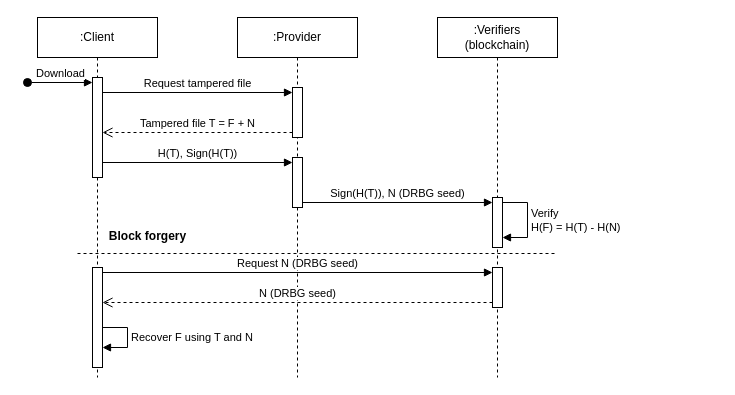
The draw.io diagram docs/diagrams/homhash-improved-pdpr-seq.drawio in titosilva/drm-blockchain, before the edit. Source tidied: cells renumbered, new cells numbered last; positions are measured from the earlier drawing's top-left corner, leaving out a move shared by most shapes. Both pictures are drawn from the tidied source at 100%, with x=0, y=0 at pixel (27, 17).
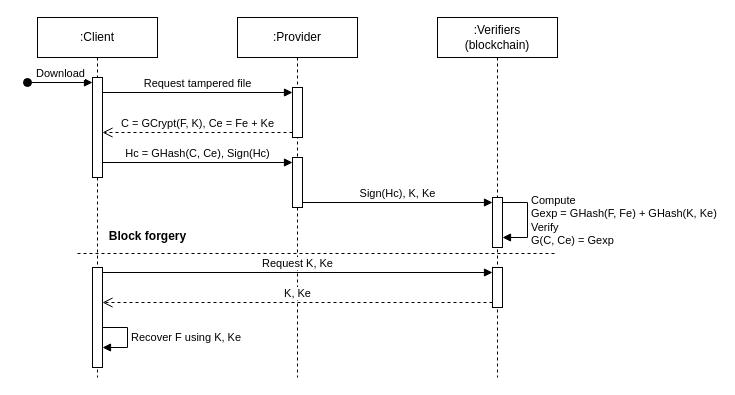
After the change.

The change refers to these unchanged cells:
```xml
<mxCell id="3" style="html=1;points=[[0,0,0,0,5],[0,1,0,0,-5],[1,0,0,0,5],[1,1,0,0,-5]];perimeter=orthogonalPerimeter;outlineConnect=0;targetShapes=umlLifeline;portConstraint=eastwest;newEdgeStyle={&quot;curved&quot;:0,&quot;rounded&quot;:0};" parent="2" vertex="1">
  <mxGeometry x="55" y="70" width="10" height="50" as="geometry" />
</mxCell>
<mxCell id="4" style="html=1;points=[[0,0,0,0,5],[0,1,0,0,-5],[1,0,0,0,5],[1,1,0,0,-5]];perimeter=orthogonalPerimeter;outlineConnect=0;targetShapes=umlLifeline;portConstraint=eastwest;newEdgeStyle={&quot;curved&quot;:0,&quot;rounded&quot;:0};" parent="2" vertex="1">
  <mxGeometry x="55" y="140" width="10" height="50" as="geometry" />
</mxCell>
<mxCell id="6" style="html=1;points=[[0,0,0,0,5],[0,1,0,0,-5],[1,0,0,0,5],[1,1,0,0,-5]];perimeter=orthogonalPerimeter;outlineConnect=0;targetShapes=umlLifeline;portConstraint=eastwest;newEdgeStyle={&quot;curved&quot;:0,&quot;rounded&quot;:0};" parent="5" vertex="1">
  <mxGeometry x="55" y="60" width="10" height="100" as="geometry" />
</mxCell>
<mxCell id="7" value=":Verifiers&lt;br&gt;(blockchain)" style="shape=umlLifeline;perimeter=lifelinePerimeter;whiteSpace=wrap;html=1;newEdgeStyle={&quot;edgeStyle&quot;:&quot;elbowEdgeStyle&quot;,&quot;elbow&quot;:&quot;vertical&quot;,&quot;curved&quot;:0,&quot;rounded&quot;:0};" parent="1" vertex="1">
  <mxGeometry x="410" width="120" height="360" as="geometry" />
</mxCell>
<mxCell id="8" style="html=1;points=[[0,0,0,0,5],[0,1,0,0,-5],[1,0,0,0,5],[1,1,0,0,-5]];perimeter=orthogonalPerimeter;outlineConnect=0;targetShapes=umlLifeline;portConstraint=eastwest;newEdgeStyle={&quot;curved&quot;:0,&quot;rounded&quot;:0};" parent="7" vertex="1">
  <mxGeometry x="55" y="180" width="10" height="50" as="geometry" />
</mxCell>
<mxCell id="10" style="html=1;points=[[0,0,0,0,5],[0,1,0,0,-5],[1,0,0,0,5],[1,1,0,0,-5]];perimeter=orthogonalPerimeter;outlineConnect=0;targetShapes=umlLifeline;portConstraint=eastwest;newEdgeStyle={&quot;curved&quot;:0,&quot;rounded&quot;:0};" parent="7" vertex="1">
  <mxGeometry x="55" y="250" width="10" height="40" as="geometry" />
</mxCell>
<mxCell id="19" style="html=1;points=[[0,0,0,0,5],[0,1,0,0,-5],[1,0,0,0,5],[1,1,0,0,-5]];perimeter=orthogonalPerimeter;outlineConnect=0;targetShapes=umlLifeline;portConstraint=eastwest;newEdgeStyle={&quot;curved&quot;:0,&quot;rounded&quot;:0};" parent="1" vertex="1">
  <mxGeometry x="65" y="250" width="10" height="100" as="geometry" />
</mxCell>
```

Change to the diagram source:
```diff
@@
-    <mxCell id="9" value="Verify&lt;br&gt;H(F) = H(T) - H(N)" style="html=1;align=left;spacingLeft=2;endArrow=block;rounded=0;edgeStyle=orthogonalEdgeStyle;curved=0;rounded=0;exitX=1;exitY=0;exitDx=0;exitDy=5;exitPerimeter=0;" parent="7" edge="1" source="8" target="8">
+    <mxCell id="9" value="Compute&lt;br&gt;Gexp = GHash(F, Fe) + GHash(K, Ke)&lt;br&gt;Verify&lt;br&gt;G(C, Ce) = Gexp" style="html=1;align=left;spacingLeft=2;endArrow=block;rounded=0;edgeStyle=orthogonalEdgeStyle;curved=0;rounded=0;exitX=1;exitY=0;exitDx=0;exitDy=5;exitPerimeter=0;" parent="7" edge="1" source="8" target="8">
       <mxGeometry relative="1" as="geometry">
         <Array as="points">
           <mxPoint x="90" y="185" />
           <mxPoint x="90" y="220" />
         </Array>
       </mxGeometry>
     </mxCell>
@@
-    <mxCell id="13" value="Tampered file T = F + N" style="html=1;verticalAlign=bottom;endArrow=open;dashed=1;endSize=8;curved=0;rounded=0;exitX=0;exitY=1;exitDx=0;exitDy=-5;" parent="1" edge="1" source="3" target="6">
+    <mxCell id="13" value="C = GCrypt(F, K), Ce = Fe + Ke" style="html=1;verticalAlign=bottom;endArrow=open;dashed=1;endSize=8;curved=0;rounded=0;exitX=0;exitY=1;exitDx=0;exitDy=-5;" parent="1" edge="1" source="3" target="6">
       <mxGeometry relative="1" as="geometry" />
     </mxCell>
-    <mxCell id="14" value="H(T), Sign(H(T))" style="html=1;verticalAlign=bottom;endArrow=block;curved=0;rounded=0;entryX=0;entryY=0;entryDx=0;entryDy=5;entryPerimeter=0;" parent="1" edge="1" source="6" target="4">
+    <mxCell id="14" value="Hc = GHash(C, Ce), Sign(Hc)" style="html=1;verticalAlign=bottom;endArrow=block;curved=0;rounded=0;entryX=0;entryY=0;entryDx=0;entryDy=5;entryPerimeter=0;" parent="1" edge="1" source="6" target="4">
       <mxGeometry relative="1" as="geometry" />
     </mxCell>
-    <mxCell id="15" value="Sign(H(T)), N (DRBG seed)" style="html=1;verticalAlign=bottom;endArrow=block;curved=0;rounded=0;entryX=0;entryY=0;entryDx=0;entryDy=5;entryPerimeter=0;" parent="1" edge="1" source="4" target="8">
+    <mxCell id="15" value="Sign(Hc), K, Ke" style="html=1;verticalAlign=bottom;endArrow=block;curved=0;rounded=0;entryX=0;entryY=0;entryDx=0;entryDy=5;entryPerimeter=0;" parent="1" edge="1" source="4" target="8">
       <mxGeometry relative="1" as="geometry" />
     </mxCell>
@@
-    <mxCell id="18" value="Request N (DRBG seed)" style="html=1;verticalAlign=bottom;endArrow=block;curved=0;rounded=0;entryX=0;entryY=0;entryDx=0;entryDy=5;exitX=1;exitY=0;exitDx=0;exitDy=5;exitPerimeter=0;" parent="1" edge="1" source="19" target="10">
+    <mxCell id="18" value="Request K, Ke" style="html=1;verticalAlign=bottom;endArrow=block;curved=0;rounded=0;entryX=0;entryY=0;entryDx=0;entryDy=5;exitX=1;exitY=0;exitDx=0;exitDy=5;exitPerimeter=0;" parent="1" edge="1" source="19" target="10">
       <mxGeometry relative="1" as="geometry" />
     </mxCell>
@@
-    <mxCell id="20" value="N (DRBG seed)" style="html=1;verticalAlign=bottom;endArrow=open;dashed=1;endSize=8;curved=0;rounded=0;exitX=0;exitY=1;exitDx=0;exitDy=-5;" parent="1" edge="1" source="10" target="19">
+    <mxCell id="20" value="K, Ke" style="html=1;verticalAlign=bottom;endArrow=open;dashed=1;endSize=8;curved=0;rounded=0;exitX=0;exitY=1;exitDx=0;exitDy=-5;" parent="1" edge="1" source="10" target="19">
       <mxGeometry relative="1" as="geometry" />
     </mxCell>
-    <mxCell id="21" value="Recover F using T and N" style="html=1;align=left;spacingLeft=2;endArrow=block;rounded=0;edgeStyle=orthogonalEdgeStyle;curved=0;rounded=0;" parent="1" edge="1">
+    <mxCell id="21" value="Recover F using K, Ke" style="html=1;align=left;spacingLeft=2;endArrow=block;rounded=0;edgeStyle=orthogonalEdgeStyle;curved=0;rounded=0;" parent="1" edge="1">
       <mxGeometry relative="1" as="geometry">
         <mxPoint x="75" y="310" as="sourcePoint" />
         <mxPoint x="75" y="330" as="targetPoint" />
         <Array as="points">
           <mxPoint x="100" y="310" />
           <mxPoint x="100" y="330" />
         </Array>
       </mxGeometry>
     </mxCell>
```
